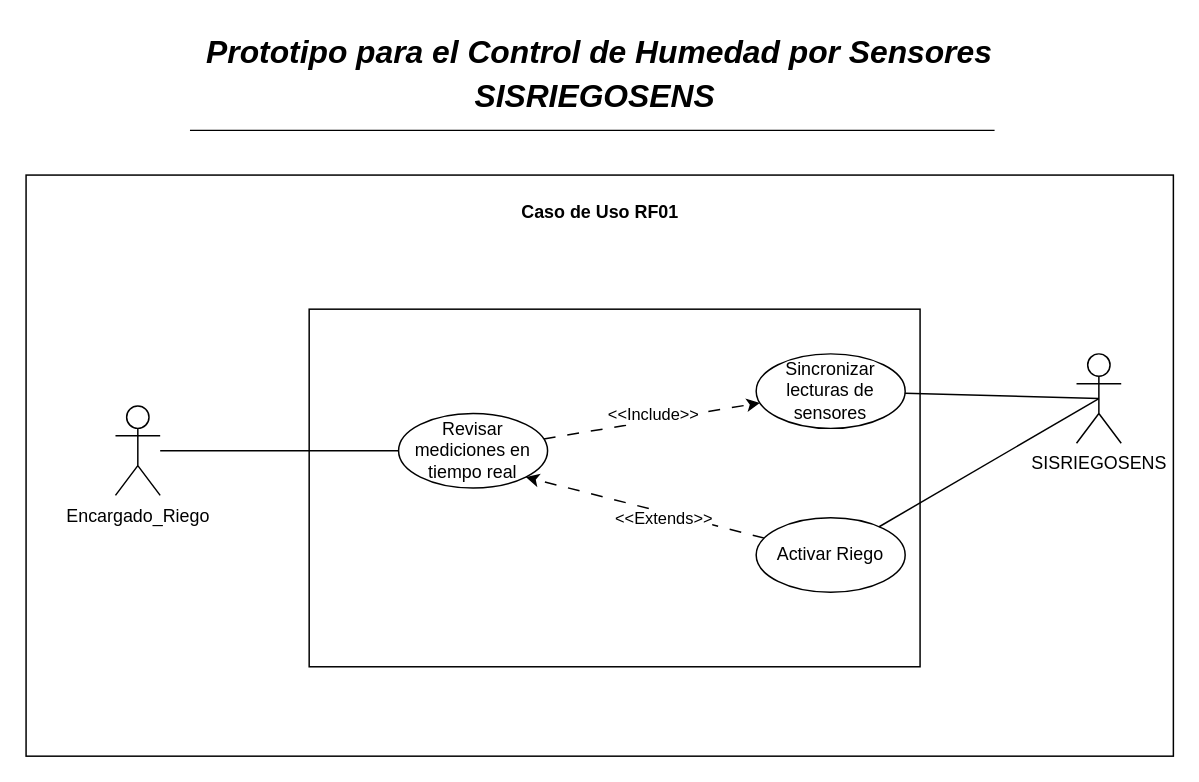
Above: page "Med_Sensores" (3 of 7) of Casos_Uso.drawio in Gelo9033/Sistema_Riego (draw.io), before the change. Source tidied: cells renumbered, new cells numbered last; positions are measured from the earlier drawing's top-left corner, leaving out a move shared by most shapes. Both pictures are drawn from the tidied source at 149%, with x=0, y=0 at pixel (25, 25).
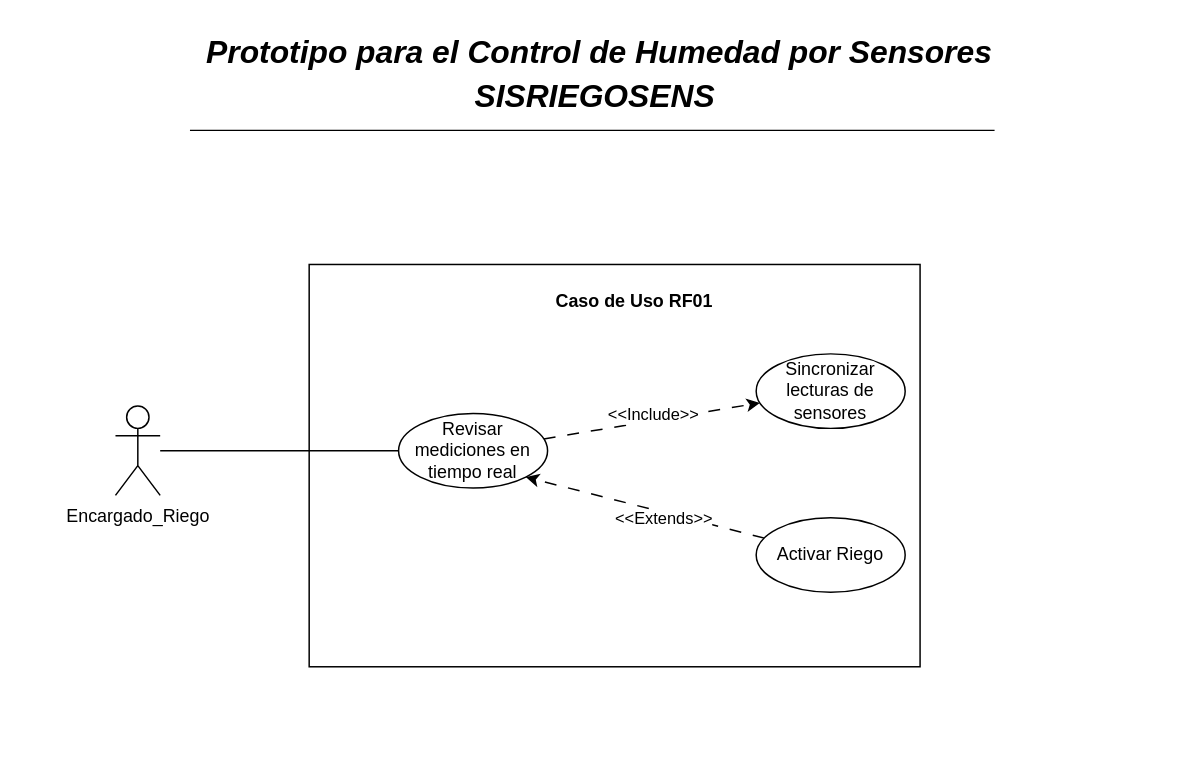
Above is the later version.

The change refers to these unchanged cells:
```xml
<mxCell id="15" value="Sincronizar lecturas de sensores" style="ellipse;whiteSpace=wrap;html=1;" parent="1" vertex="1">
  <mxGeometry x="490" y="220" width="100" height="50" as="geometry" />
</mxCell>
<mxCell id="18" value="Activar Riego" style="ellipse;whiteSpace=wrap;html=1;" parent="1" vertex="1">
  <mxGeometry x="490" y="330" width="100" height="50" as="geometry" />
</mxCell>
```

What changed in the source:
```diff
@@
-    <mxCell id="5" style="whiteSpace=wrap;html=1;fillColor=none;" parent="1" vertex="1">
-      <mxGeometry y="100" width="770" height="390" as="geometry" />
-    </mxCell>
     <mxCell id="6" value="&lt;b&gt;Caso de Uso RF01&lt;/b&gt;" style="text;html=1;align=center;verticalAlign=middle;whiteSpace=wrap;rounded=0;" parent="1" vertex="1">
-      <mxGeometry x="327" y="110" width="117" height="30" as="geometry" />
+      <mxGeometry x="350" y="170" width="117" height="30" as="geometry" />
     </mxCell>
@@
     <mxCell id="9" style="whiteSpace=wrap;html=1;fillColor=none;" parent="1" vertex="1">
-      <mxGeometry x="190" y="190" width="410" height="240" as="geometry" />
+      <mxGeometry x="190" y="160" width="410" height="270" as="geometry" />
     </mxCell>
-    <mxCell id="10" value="SISRIEGOSENS" style="shape=umlActor;verticalLabelPosition=bottom;verticalAlign=top;html=1;outlineConnect=0;" parent="1" vertex="1">
-      <mxGeometry x="705" y="220" width="30" height="60" as="geometry" />
-    </mxCell>
@@
-    <mxCell id="14" style="rounded=0;jettySize=auto;html=1;endArrow=none;startFill=0;entryX=0.5;entryY=0.5;entryDx=0;entryDy=0;entryPerimeter=0;" parent="1" edge="1" source="15" target="10">
-      <mxGeometry relative="1" as="geometry" />
-    </mxCell>
@@
-    <mxCell id="19" style="rounded=0;jettySize=auto;html=1;entryX=0.5;entryY=0.5;entryDx=0;entryDy=0;entryPerimeter=0;endArrow=none;startFill=0;" parent="1" edge="1" source="18" target="10">
-      <mxGeometry relative="1" as="geometry" />
-    </mxCell>
```
